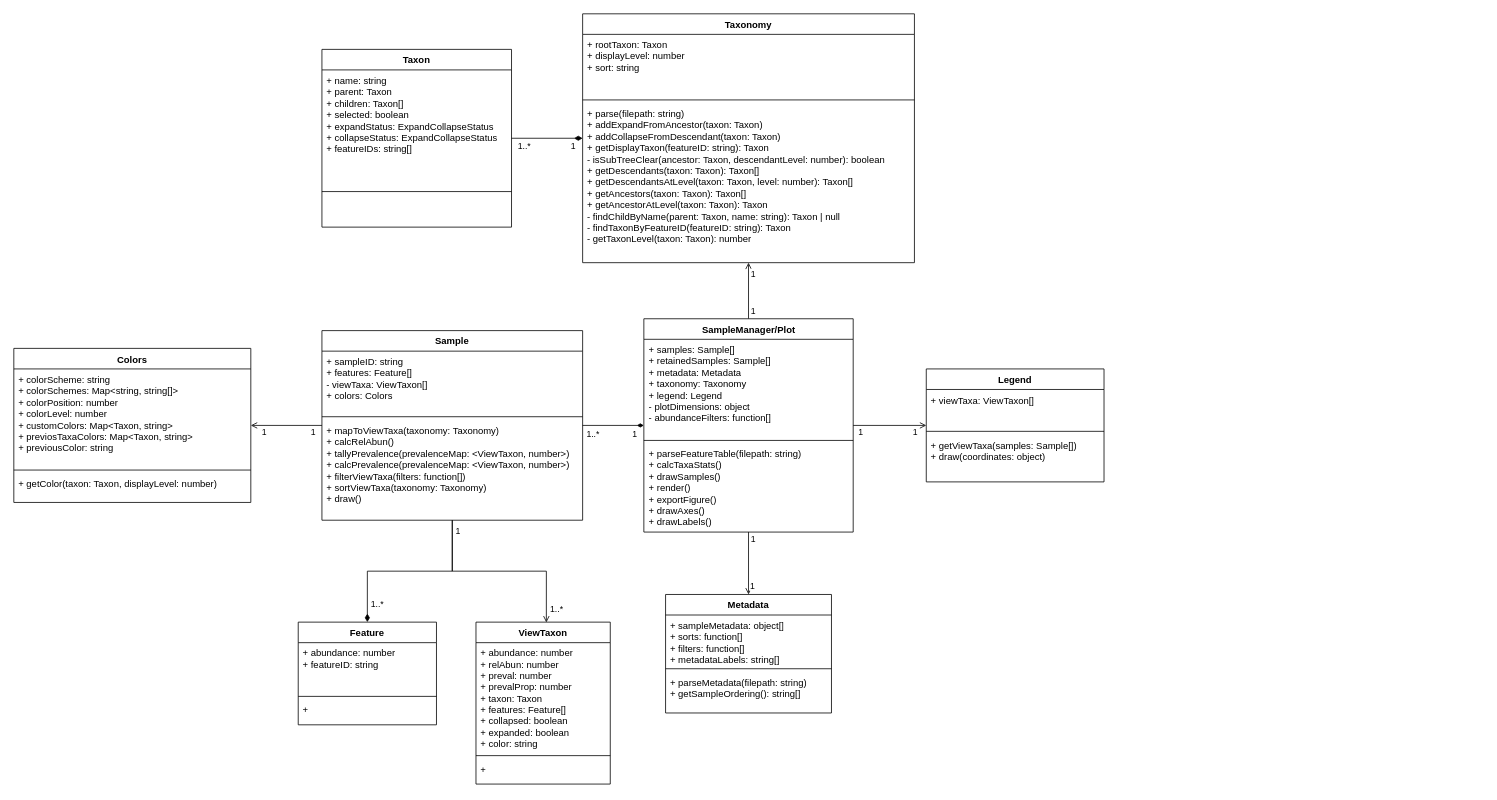
colinvwood/taxa-barplot keeps this draw.io diagram as docs/TaxaBarplotClasses.drawio. Above is the earlier version. Source tidied: cells renumbered, new cells numbered last; positions are measured from the earlier drawing's top-left corner, leaving out a move shared by most shapes. Both pictures are drawn from the tidied source at 79%, with x=0, y=0 at pixel (13, 13).
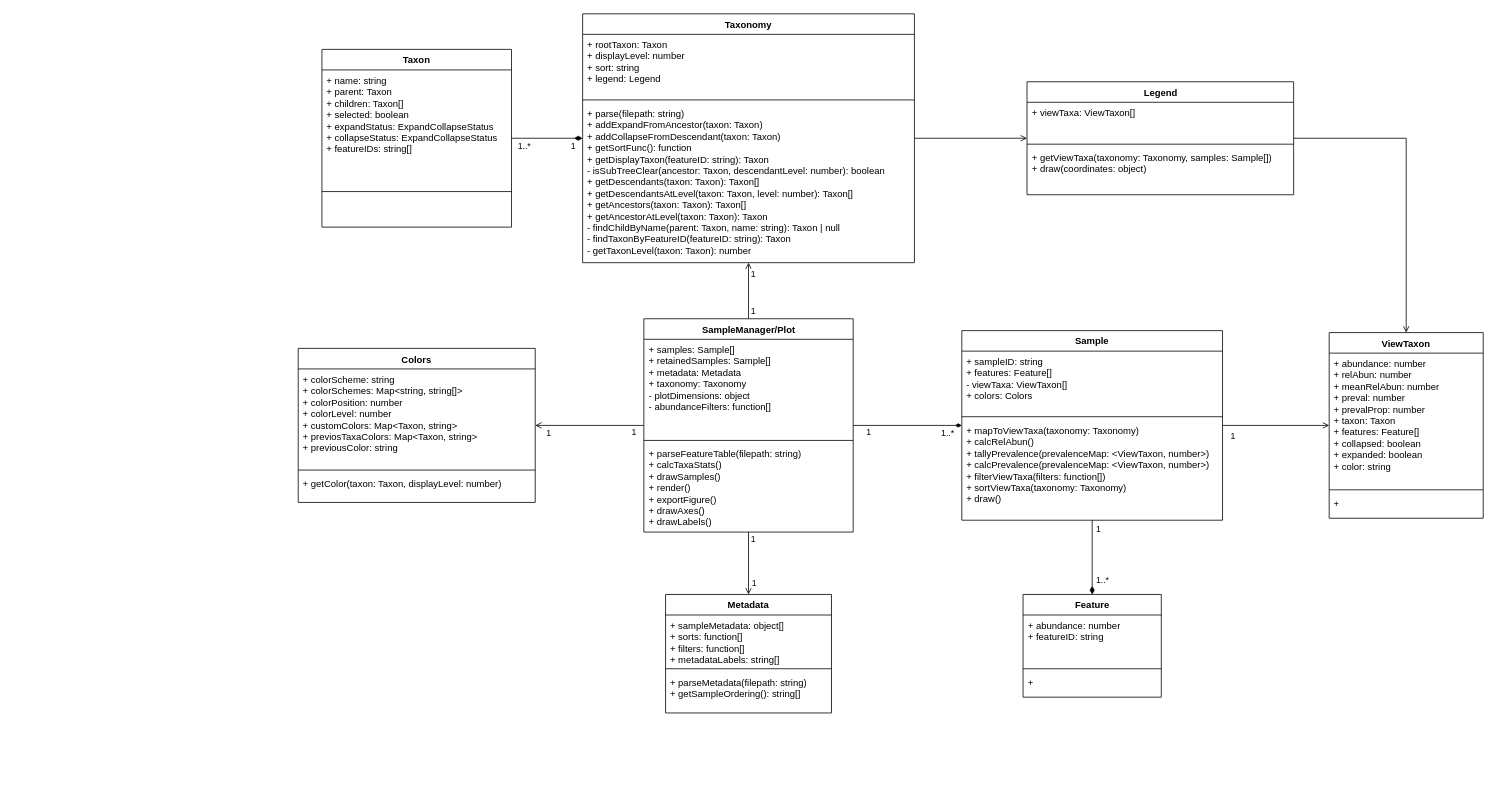
After the change.

Commit message:
ViewTaxon Refactoring

The change refers to these unchanged cells:
```xml
<mxCell id="8" value="Taxonomy" style="swimlane;fontStyle=1;align=center;verticalAlign=top;horizontal=1;startSize=26;whiteSpace=wrap;html=1;" parent="1" vertex="1">
  <mxGeometry x="720" width="420" height="315" as="geometry" />
</mxCell>
<mxCell id="18" style="edgeStyle=orthogonalEdgeStyle;rounded=0;jettySize=auto;html=1;endArrow=open;endFill=0;" parent="1" edge="1" source="24" target="45">
  <mxGeometry relative="1" as="geometry" />
</mxCell>
<mxCell id="24" value="SampleManager/Plot" style="swimlane;fontStyle=1;align=center;verticalAlign=top;horizontal=1;startSize=26;whiteSpace=wrap;html=1;" parent="1" vertex="1">
  <mxGeometry x="797.5" y="386" width="265" height="270" as="geometry" />
</mxCell>
<mxCell id="28" style="edgeStyle=orthogonalEdgeStyle;rounded=0;jettySize=auto;html=1;endArrow=diamondThin;endFill=1;endSize=8;" parent="1" edge="1" source="33" target="37">
  <mxGeometry relative="1" as="geometry" />
</mxCell>
```

The edit, as a diff of the source:
```diff
@@
+    <mxCell id="60" style="edgeStyle=orthogonalEdgeStyle;rounded=0;jettySize=auto;html=1;endArrow=open;endFill=0;" parent="1" edge="1" source="8" target="52">
+      <mxGeometry relative="1" as="geometry" />
+    </mxCell>
@@
-    <mxCell id="9" value="&lt;div&gt;+ rootTaxon: Taxon&lt;/div&gt;+ displayLevel: number&lt;div&gt;+ sort: string&lt;/div&gt;" style="text;strokeColor=none;fillColor=none;align=left;verticalAlign=top;spacingLeft=4;spacingRight=4;overflow=hidden;whiteSpace=wrap;html=1;" parent="8" vertex="1">
+    <mxCell id="9" value="&lt;div&gt;+ rootTaxon: Taxon&lt;/div&gt;+ displayLevel: number&lt;div&gt;+ sort: string&lt;/div&gt;&lt;div&gt;+ legend: Legend&lt;/div&gt;" style="text;strokeColor=none;fillColor=none;align=left;verticalAlign=top;spacingLeft=4;spacingRight=4;overflow=hidden;whiteSpace=wrap;html=1;" parent="8" vertex="1">
       <mxGeometry y="26" width="420" height="79" as="geometry" />
     </mxCell>
@@
-    <mxCell id="11" value="&lt;div&gt;+ parse(filepath: string)&lt;/div&gt;+ addExpandFromAncestor(taxon: Taxon)&lt;div&gt;+ addCollapseFromDescendant(taxon: Taxon)&lt;/div&gt;&lt;div&gt;+ getDisplayTaxon(featureID: string): Taxon&lt;/div&gt;&lt;div&gt;- isSubTreeClear(ancestor: Taxon, descendantLevel: number): boolean&lt;/div&gt;&lt;div&gt;+ getDescendants(taxon: Taxon): Taxon[]&lt;/div&gt;&lt;div&gt;+ getDescendantsAtLevel(taxon: Taxon, level: number): Taxon[]&lt;/div&gt;&lt;div&gt;+ getAncestors(taxon: Taxon): Taxon[]&lt;/div&gt;&lt;div&gt;+ getAncestorAtLevel(taxon: Taxon): Taxon&lt;/div&gt;&lt;div&gt;- findChildByName(parent: Taxon, name: string): Taxon | null&lt;/div&gt;&lt;div&gt;- findTaxonByFeatureID(featureID: string): Taxon&lt;/div&gt;&lt;div&gt;- getTaxonLevel(taxon: Taxon): number&lt;/div&gt;&lt;div&gt;&lt;br&gt;&lt;/div&gt;" style="text;strokeColor=none;fillColor=none;align=left;verticalAlign=top;spacingLeft=4;spacingRight=4;overflow=hidden;whiteSpace=wrap;html=1;" parent="8" vertex="1">
+    <mxCell id="11" value="&lt;div&gt;+ parse(filepath: string)&lt;/div&gt;+ addExpandFromAncestor(taxon: Taxon)&lt;div&gt;+ addCollapseFromDescendant(taxon: Taxon)&lt;/div&gt;&lt;div&gt;+ getSortFunc(): function&lt;/div&gt;&lt;div&gt;+ getDisplayTaxon(featureID: string): Taxon&lt;/div&gt;&lt;div&gt;- isSubTreeClear(ancestor: Taxon, descendantLevel: number): boolean&lt;/div&gt;&lt;div&gt;+ getDescendants(taxon: Taxon): Taxon[]&lt;/div&gt;&lt;div&gt;+ getDescendantsAtLevel(taxon: Taxon, level: number): Taxon[]&lt;/div&gt;&lt;div&gt;+ getAncestors(taxon: Taxon): Taxon[]&lt;/div&gt;&lt;div&gt;+ getAncestorAtLevel(taxon: Taxon): Taxon&lt;/div&gt;&lt;div&gt;- findChildByName(parent: Taxon, name: string): Taxon | null&lt;/div&gt;&lt;div&gt;- findTaxonByFeatureID(featureID: string): Taxon&lt;/div&gt;&lt;div&gt;- getTaxonLevel(taxon: Taxon): number&lt;/div&gt;&lt;div&gt;&lt;br&gt;&lt;/div&gt;" style="text;strokeColor=none;fillColor=none;align=left;verticalAlign=top;spacingLeft=4;spacingRight=4;overflow=hidden;whiteSpace=wrap;html=1;" parent="8" vertex="1">
       <mxGeometry y="113" width="420" height="202" as="geometry" />
     </mxCell>
-    <mxCell id="12" style="edgeStyle=orthogonalEdgeStyle;rounded=0;jettySize=auto;html=1;endArrow=none;endFill=0;startFill=1;startArrow=diamondThin;" parent="1" edge="1" source="24" target="33">
+    <mxCell id="12" style="edgeStyle=orthogonalEdgeStyle;rounded=0;jettySize=auto;html=1;endArrow=diamondThin;endFill=1;startFill=0;startArrow=none;" parent="1" edge="1" source="24" target="33">
       <mxGeometry relative="1" as="geometry" />
     </mxCell>
     <mxCell id="13" value="1..*" style="edgeLabel;html=1;align=center;verticalAlign=middle;labelBorderColor=none;" parent="12" vertex="1">
       <mxGeometry x="0.55" relative="1" as="geometry">
-        <mxPoint x="-5" y="10" as="offset" />
+        <mxPoint x="12" y="9" as="offset" />
       </mxGeometry>
     </mxCell>
@@
     <mxCell id="20" value="1" style="edgeLabel;html=1;align=center;verticalAlign=middle;" parent="18" vertex="1">
       <mxGeometry x="0.71" relative="1" as="geometry">
-        <mxPoint x="4" y="-1" as="offset" />
+        <mxPoint x="6" y="-4" as="offset" />
       </mxGeometry>
     </mxCell>
-    <mxCell id="21" style="edgeStyle=orthogonalEdgeStyle;rounded=0;jettySize=auto;html=1;endArrow=open;endFill=0;" parent="1" edge="1" source="24" target="52">
-      <mxGeometry relative="1" as="geometry" />
-    </mxCell>
-    <mxCell id="22" value="1" style="edgeLabel;html=1;align=center;verticalAlign=middle;" parent="21" vertex="1">
-      <mxGeometry x="-0.81" relative="1" as="geometry">
-        <mxPoint y="8" as="offset" />
-      </mxGeometry>
-    </mxCell>
-    <mxCell id="23" value="1" style="edgeLabel;html=1;align=center;verticalAlign=middle;" parent="21" vertex="1">
-      <mxGeometry x="0.72" y="-2" relative="1" as="geometry">
-        <mxPoint x="-2" y="6" as="offset" />
-      </mxGeometry>
-    </mxCell>
+    <mxCell id="61" style="edgeStyle=orthogonalEdgeStyle;rounded=0;jettySize=auto;html=1;endArrow=open;endFill=0;" parent="1" edge="1" source="24" target="56">
+      <mxGeometry relative="1" as="geometry" />
+    </mxCell>
+    <mxCell id="62" value="1" style="edgeLabel;html=1;align=center;verticalAlign=middle;" parent="61" vertex="1">
+      <mxGeometry x="0.89" y="-2" relative="1" as="geometry">
+        <mxPoint x="9" y="11" as="offset" />
+      </mxGeometry>
+    </mxCell>
+    <mxCell id="63" value="1" style="edgeLabel;html=1;align=center;verticalAlign=middle;" parent="61" vertex="1">
+      <mxGeometry x="-0.82" relative="1" as="geometry">
+        <mxPoint x="-1" y="8" as="offset" />
+      </mxGeometry>
+    </mxCell>
@@
-    <mxCell id="25" value="&lt;div&gt;+ samples: Sample[]&lt;/div&gt;&lt;div&gt;+ retainedSamples: Sample[]&lt;/div&gt;&lt;div&gt;+ metadata: Metadata&lt;/div&gt;&lt;div&gt;+ taxonomy: Taxonomy&lt;/div&gt;&lt;div&gt;+ legend: Legend&lt;/div&gt;&lt;div&gt;- plotDimensions: object&lt;/div&gt;- abundanceFilters: function[]&lt;div&gt;&lt;br&gt;&lt;/div&gt;" style="text;strokeColor=none;fillColor=none;align=left;verticalAlign=top;spacingLeft=4;spacingRight=4;overflow=hidden;whiteSpace=wrap;html=1;" parent="24" vertex="1">
+    <mxCell id="25" value="&lt;div&gt;+ samples: Sample[]&lt;/div&gt;&lt;div&gt;+ retainedSamples: Sample[]&lt;/div&gt;&lt;div&gt;+ metadata: Metadata&lt;/div&gt;&lt;div&gt;+ taxonomy: Taxonomy&lt;/div&gt;&lt;div&gt;- plotDimensions: object&lt;/div&gt;- abundanceFilters: function[]&lt;div&gt;&lt;br&gt;&lt;/div&gt;" style="text;strokeColor=none;fillColor=none;align=left;verticalAlign=top;spacingLeft=4;spacingRight=4;overflow=hidden;whiteSpace=wrap;html=1;" parent="24" vertex="1">
       <mxGeometry y="26" width="265" height="124" as="geometry" />
     </mxCell>
@@
     <mxCell id="29" value="1..*" style="edgeLabel;html=1;align=center;verticalAlign=middle;labelBorderColor=none;textShadow=0;" parent="28" vertex="1">
       <mxGeometry x="0.8" y="-1" relative="1" as="geometry">
-        <mxPoint x="13" as="offset" />
+        <mxPoint x="13" y="-10" as="offset" />
       </mxGeometry>
     </mxCell>
-    <mxCell id="30" style="edgeStyle=orthogonalEdgeStyle;rounded=0;jettySize=auto;html=1;endArrow=open;endFill=0;" parent="1" edge="1" source="33" target="56">
-      <mxGeometry relative="1" as="geometry" />
-    </mxCell>
-    <mxCell id="31" value="1" style="edgeLabel;html=1;align=center;verticalAlign=middle;" parent="30" vertex="1">
-      <mxGeometry x="0.61" relative="1" as="geometry">
-        <mxPoint x="-2" y="8" as="offset" />
-      </mxGeometry>
-    </mxCell>
-    <mxCell id="32" value="1" style="edgeLabel;html=1;align=center;verticalAlign=middle;" parent="30" vertex="1">
-      <mxGeometry x="-0.57" relative="1" as="geometry">
-        <mxPoint x="7" y="8" as="offset" />
-      </mxGeometry>
-    </mxCell>
+    <mxCell id="64" value="1" style="edgeLabel;html=1;align=center;verticalAlign=middle;" parent="28" vertex="1">
+      <mxGeometry x="-0.79" relative="1" as="geometry">
+        <mxPoint x="7" y="1" as="offset" />
+      </mxGeometry>
+    </mxCell>
+    <mxCell id="49" style="edgeStyle=orthogonalEdgeStyle;rounded=0;jettySize=auto;html=1;endArrow=open;endFill=0;" parent="1" edge="1" source="33" target="41">
+      <mxGeometry relative="1" as="geometry" />
+    </mxCell>
+    <mxCell id="65" value="1" style="edgeLabel;html=1;align=center;verticalAlign=middle;" parent="49" vertex="1">
+      <mxGeometry x="-0.75" y="-1" relative="1" as="geometry">
+        <mxPoint x="-5" y="12" as="offset" />
+      </mxGeometry>
+    </mxCell>
     <mxCell id="33" value="Sample" style="swimlane;fontStyle=1;align=center;verticalAlign=top;horizontal=1;startSize=26;whiteSpace=wrap;html=1;" parent="1" vertex="1">
-      <mxGeometry x="390" y="401" width="330" height="240" as="geometry" />
+      <mxGeometry x="1200" y="401" width="330" height="240" as="geometry" />
     </mxCell>
@@
     <mxCell id="37" value="Feature" style="swimlane;fontStyle=1;align=center;verticalAlign=top;horizontal=1;startSize=26;whiteSpace=wrap;html=1;" parent="1" vertex="1">
-      <mxGeometry x="360" y="770" width="175" height="130" as="geometry" />
+      <mxGeometry x="1277.5" y="735" width="175" height="130" as="geometry" />
     </mxCell>
@@
     <mxCell id="41" value="ViewTaxon" style="swimlane;fontStyle=1;align=center;verticalAlign=top;horizontal=1;startSize=26;whiteSpace=wrap;html=1;" parent="1" vertex="1">
-      <mxGeometry x="585" y="770" width="170" height="205" as="geometry" />
+      <mxGeometry x="1665" y="403.5" width="195" height="235" as="geometry" />
     </mxCell>
-    <mxCell id="42" value="&lt;div&gt;+ abundance: number&lt;/div&gt;+ relAbun: number&lt;div&gt;+ preval: number&lt;/div&gt;&lt;div&gt;+ prevalProp: number&lt;/div&gt;&lt;div&gt;+ taxon: Taxon&lt;/div&gt;&lt;div&gt;+ features: Feature[]&lt;/div&gt;&lt;div&gt;+ collapsed: boolean&lt;/div&gt;&lt;div&gt;+ expanded: boolean&lt;/div&gt;&lt;div&gt;+ color: string&lt;/div&gt;" style="text;strokeColor=none;fillColor=none;align=left;verticalAlign=top;spacingLeft=4;spacingRight=4;overflow=hidden;whiteSpace=wrap;html=1;" parent="41" vertex="1">
-      <mxGeometry y="26" width="170" height="139" as="geometry" />
+    <mxCell id="42" value="&lt;div&gt;+ abundance: number&lt;/div&gt;+ relAbun: number&lt;div&gt;+ meanRelAbun: number&lt;br&gt;&lt;div&gt;+ preval: number&lt;/div&gt;&lt;div&gt;+ prevalProp: number&lt;/div&gt;&lt;div&gt;+ taxon: Taxon&lt;/div&gt;&lt;div&gt;+ features: Feature[]&lt;/div&gt;&lt;div&gt;+ collapsed: boolean&lt;/div&gt;&lt;div&gt;+ expanded: boolean&lt;/div&gt;&lt;div&gt;+ color: string&lt;/div&gt;&lt;/div&gt;" style="text;strokeColor=none;fillColor=none;align=left;verticalAlign=top;spacingLeft=4;spacingRight=4;overflow=hidden;whiteSpace=wrap;html=1;" parent="41" vertex="1">
+      <mxGeometry y="26" width="195" height="169" as="geometry" />
     </mxCell>
     <mxCell id="43" style="line;strokeWidth=1;fillColor=none;align=left;verticalAlign=middle;spacingTop=-1;spacingLeft=3;spacingRight=3;labelPosition=right;strokeColor=inherit;" parent="41" vertex="1">
-      <mxGeometry y="165" width="170" height="8" as="geometry" />
+      <mxGeometry y="195" width="195" height="8" as="geometry" />
     </mxCell>
     <mxCell id="44" value="+&amp;nbsp;" style="text;strokeColor=none;fillColor=none;align=left;verticalAlign=top;spacingLeft=4;spacingRight=4;overflow=hidden;whiteSpace=wrap;html=1;" parent="41" vertex="1">
-      <mxGeometry y="173" width="170" height="32" as="geometry" />
+      <mxGeometry y="203" width="195" height="32" as="geometry" />
     </mxCell>
@@
-    <mxCell id="49" style="edgeStyle=orthogonalEdgeStyle;rounded=0;jettySize=auto;html=1;entryX=0.524;entryY=0.002;entryDx=0;entryDy=0;entryPerimeter=0;endArrow=open;endFill=0;" parent="1" edge="1" source="33" target="41">
-      <mxGeometry relative="1" as="geometry" />
-    </mxCell>
-    <mxCell id="50" value="1..*" style="edgeLabel;html=1;align=center;verticalAlign=middle;labelBorderColor=none;" parent="49" vertex="1">
-      <mxGeometry x="0.83" relative="1" as="geometry">
-        <mxPoint x="12" y="5" as="offset" />
-      </mxGeometry>
-    </mxCell>
-    <mxCell id="51" value="1" style="edgeLabel;html=1;align=center;verticalAlign=middle;labelBorderColor=none;" parent="49" vertex="1">
-      <mxGeometry x="-0.88" y="-1" relative="1" as="geometry">
-        <mxPoint x="7" y="-2" as="offset" />
-      </mxGeometry>
-    </mxCell>
+    <mxCell id="66" style="edgeStyle=orthogonalEdgeStyle;rounded=0;jettySize=auto;html=1;endArrow=open;endFill=0;" parent="1" edge="1" source="52" target="41">
+      <mxGeometry relative="1" as="geometry" />
+    </mxCell>
     <mxCell id="52" value="Legend" style="swimlane;fontStyle=1;align=center;verticalAlign=top;horizontal=1;startSize=26;whiteSpace=wrap;html=1;" parent="1" vertex="1">
-      <mxGeometry x="1155" y="449.5" width="225" height="143" as="geometry" />
+      <mxGeometry x="1282.5" y="86" width="337.5" height="143" as="geometry" />
     </mxCell>
     <mxCell id="53" value="+ viewTaxa: ViewTaxon[]&lt;div&gt;&lt;br&gt;&lt;/div&gt;" style="text;strokeColor=none;fillColor=none;align=left;verticalAlign=top;spacingLeft=4;spacingRight=4;overflow=hidden;whiteSpace=wrap;html=1;" parent="52" vertex="1">
-      <mxGeometry y="26" width="225" height="49" as="geometry" />
+      <mxGeometry y="26" width="337.5" height="49" as="geometry" />
     </mxCell>
     <mxCell id="54" style="line;strokeWidth=1;fillColor=none;align=left;verticalAlign=middle;spacingTop=-1;spacingLeft=3;spacingRight=3;labelPosition=right;strokeColor=inherit;" parent="52" vertex="1">
-      <mxGeometry y="75" width="225" height="8" as="geometry" />
+      <mxGeometry y="75" width="337.5" height="8" as="geometry" />
     </mxCell>
-    <mxCell id="55" value="+ getViewTaxa(samples: Sample[])&lt;div&gt;+ draw(coordinates: object)&lt;/div&gt;" style="text;strokeColor=none;fillColor=none;align=left;verticalAlign=top;spacingLeft=4;spacingRight=4;overflow=hidden;whiteSpace=wrap;html=1;" parent="52" vertex="1">
-      <mxGeometry y="83" width="225" height="60" as="geometry" />
+    <mxCell id="55" value="+ getViewTaxa(taxonomy: Taxonomy, samples: Sample[])&lt;div&gt;+ draw(coordinates: object)&lt;/div&gt;" style="text;strokeColor=none;fillColor=none;align=left;verticalAlign=top;spacingLeft=4;spacingRight=4;overflow=hidden;whiteSpace=wrap;html=1;" parent="52" vertex="1">
+      <mxGeometry y="83" width="337.5" height="60" as="geometry" />
     </mxCell>
     <mxCell id="56" value="Colors" style="swimlane;fontStyle=1;align=center;verticalAlign=top;horizontal=1;startSize=26;whiteSpace=wrap;html=1;" parent="1" vertex="1">
-      <mxGeometry y="423.5" width="300" height="195" as="geometry" />
+      <mxGeometry x="360" y="423.5" width="300" height="195" as="geometry" />
     </mxCell>
```
